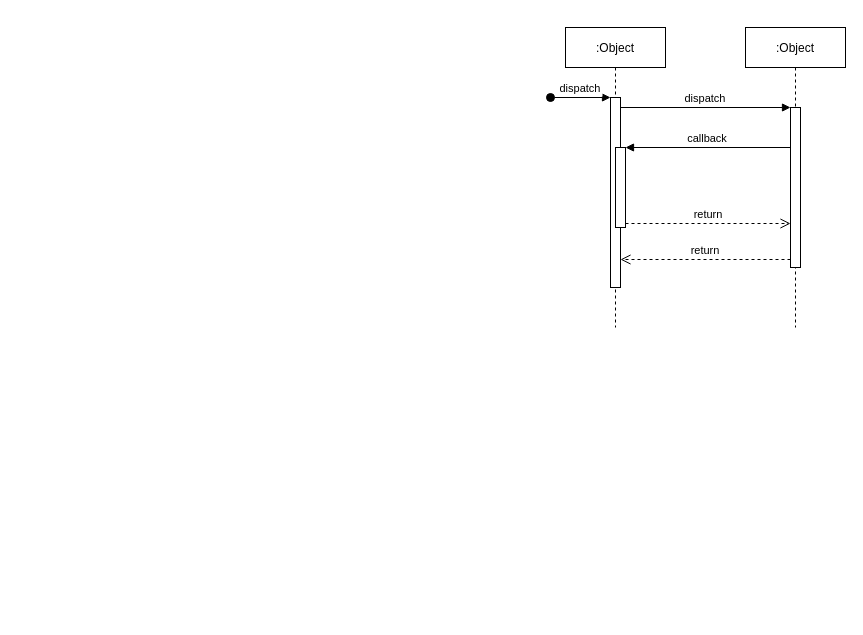
The draw.io diagram 毕业设计-功能设计-顺序图.drawio in MinDaHu/UML, before the edit. Source tidied: cells renumbered, new cells numbered last; positions are measured from the earlier drawing's top-left corner, leaving out a move shared by most shapes. Both pictures are drawn from the tidied source at 100%, with x=0, y=0 at pixel (550, 27).
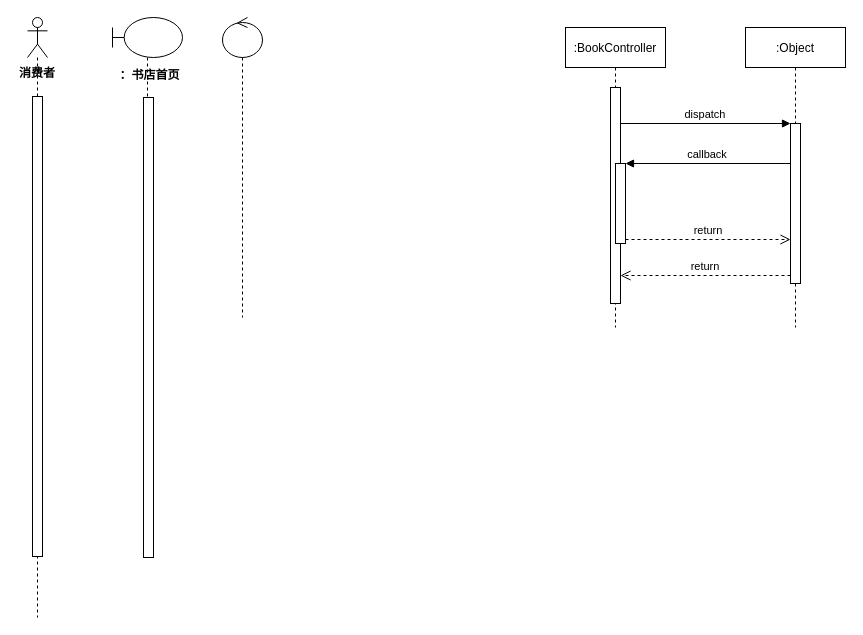
The same page after the edit.

Commit message:
更新毕业设计-功能设计-顺序图.drawio

What changed in the source:
```diff
@@
 <mxGraphModel>
   <root>
     <mxCell id="0" />
     <mxCell id="1" parent="0" />
-    <mxCell id="2" value=":Object" style="shape=umlLifeline;perimeter=lifelinePerimeter;rounded=0;shadow=0;strokeWidth=1;" parent="1" vertex="1">
+    <mxCell id="2" value=":BookController" style="shape=umlLifeline;perimeter=lifelinePerimeter;rounded=0;shadow=0;strokeWidth=1;" parent="1" vertex="1">
       <mxGeometry x="15" width="100" height="300" as="geometry" />
     </mxCell>
     <mxCell id="3" style="points=[];perimeter=orthogonalPerimeter;rounded=0;shadow=0;strokeWidth=1;" parent="2" vertex="1">
-      <mxGeometry x="45" y="70" width="10" height="190" as="geometry" />
+      <mxGeometry x="45" y="60" width="10" height="216" as="geometry" />
     </mxCell>
-    <mxCell id="4" value="dispatch" style="verticalAlign=bottom;startArrow=oval;endArrow=block;startSize=8;shadow=0;strokeWidth=1;" parent="2" edge="1" target="3">
-      <mxGeometry relative="1" as="geometry">
-        <mxPoint x="-15" y="70" as="sourcePoint" />
-      </mxGeometry>
-    </mxCell>
     <mxCell id="5" style="points=[];perimeter=orthogonalPerimeter;rounded=0;shadow=0;strokeWidth=1;" parent="2" vertex="1">
-      <mxGeometry x="50" y="120" width="10" height="80" as="geometry" />
+      <mxGeometry x="50" y="136" width="10" height="80" as="geometry" />
     </mxCell>
     <mxCell id="6" value=":Object" style="shape=umlLifeline;perimeter=lifelinePerimeter;rounded=0;shadow=0;strokeWidth=1;" parent="1" vertex="1">
       <mxGeometry x="195" width="100" height="300" as="geometry" />
     </mxCell>
     <mxCell id="7" style="points=[];perimeter=orthogonalPerimeter;rounded=0;shadow=0;strokeWidth=1;" parent="6" vertex="1">
-      <mxGeometry x="45" y="80" width="10" height="160" as="geometry" />
+      <mxGeometry x="45" y="96" width="10" height="160" as="geometry" />
     </mxCell>
     <mxCell id="8" value="return" style="verticalAlign=bottom;endArrow=open;dashed=1;endSize=8;exitX=0;exitY=0.95;shadow=0;strokeWidth=1;" parent="1" edge="1" source="7" target="3">
       <mxGeometry relative="1" as="geometry" />
     </mxCell>
     <mxCell id="9" value="dispatch" style="verticalAlign=bottom;endArrow=block;entryX=0;entryY=0;shadow=0;strokeWidth=1;" parent="1" edge="1" source="3" target="7">
       <mxGeometry relative="1" as="geometry" />
     </mxCell>
     <mxCell id="10" value="callback" style="verticalAlign=bottom;endArrow=block;entryX=1;entryY=0;shadow=0;strokeWidth=1;" parent="1" edge="1" source="7" target="5">
       <mxGeometry relative="1" as="geometry" />
     </mxCell>
     <mxCell id="11" value="return" style="verticalAlign=bottom;endArrow=open;dashed=1;endSize=8;exitX=1;exitY=0.95;shadow=0;strokeWidth=1;" parent="1" edge="1" source="5" target="7">
       <mxGeometry relative="1" as="geometry" />
     </mxCell>
+    <mxCell id="12" style="shape=umlLifeline;participant=umlActor;perimeter=lifelinePerimeter;whiteSpace=wrap;html=1;verticalAlign=top;spacingTop=36;" parent="1" vertex="1">
+      <mxGeometry x="-523" y="-10" width="20" height="600" as="geometry" />
+    </mxCell>
+    <mxCell id="13" style="html=1;perimeter=orthogonalPerimeter;" parent="12" vertex="1">
+      <mxGeometry x="5" y="79" width="10" height="460" as="geometry" />
+    </mxCell>
+    <mxCell id="14" style="shape=umlLifeline;participant=umlBoundary;perimeter=lifelinePerimeter;whiteSpace=wrap;html=1;verticalAlign=top;spacingTop=36;" parent="1" vertex="1">
+      <mxGeometry x="-438" y="-10" width="70" height="510" as="geometry" />
+    </mxCell>
+    <mxCell id="15" style="html=1;perimeter=orthogonalPerimeter;" parent="14" vertex="1">
+      <mxGeometry x="31" y="80" width="10" height="460" as="geometry" />
+    </mxCell>
+    <mxCell id="16" value="&lt;b&gt;：书店首页&lt;/b&gt;" style="text;html=1;strokeColor=none;fillColor=none;align=center;verticalAlign=middle;whiteSpace=wrap;rounded=0;" parent="14" vertex="1">
+      <mxGeometry x="5" y="48" width="65" height="20" as="geometry" />
+    </mxCell>
+    <mxCell id="17" style="shape=umlLifeline;participant=umlControl;perimeter=lifelinePerimeter;whiteSpace=wrap;html=1;verticalAlign=top;spacingTop=36;" parent="1" vertex="1">
+      <mxGeometry x="-328" y="-10" width="40" height="300" as="geometry" />
+    </mxCell>
+    <mxCell id="18" value="&lt;b&gt;消费者&lt;/b&gt;" style="text;html=1;strokeColor=none;fillColor=none;align=center;verticalAlign=middle;whiteSpace=wrap;rounded=0;" parent="1" vertex="1">
+      <mxGeometry x="-533" y="36" width="40" height="20" as="geometry" />
+    </mxCell>
   </root>
 </mxGraphModel>
```
